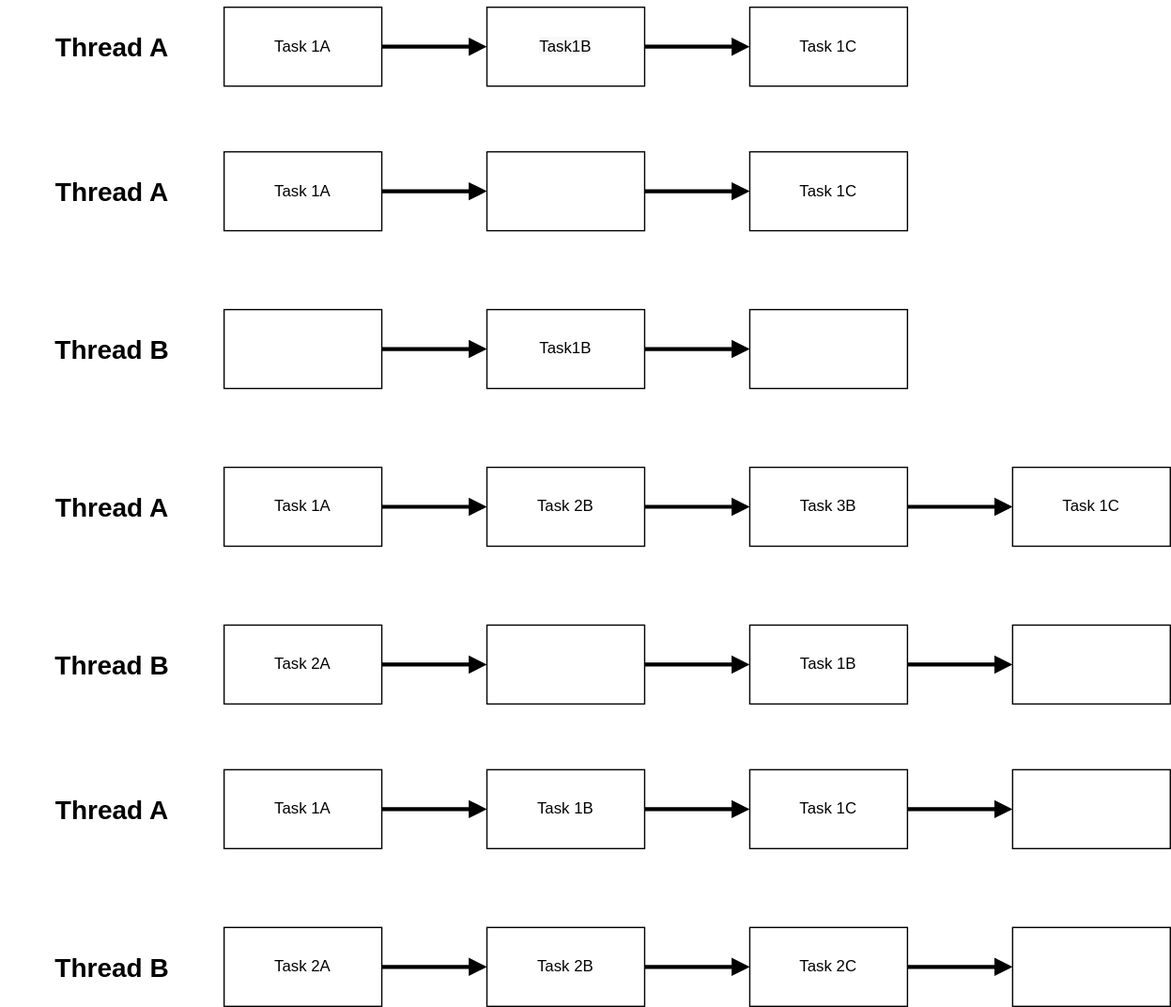
The draw.io diagram images/par_operation.svg in scalazone/monix, before a commit. Source tidied: cells renumbered, new cells last; positions are measured from the earlier drawing's top-left corner, leaving out a move shared by most shapes.
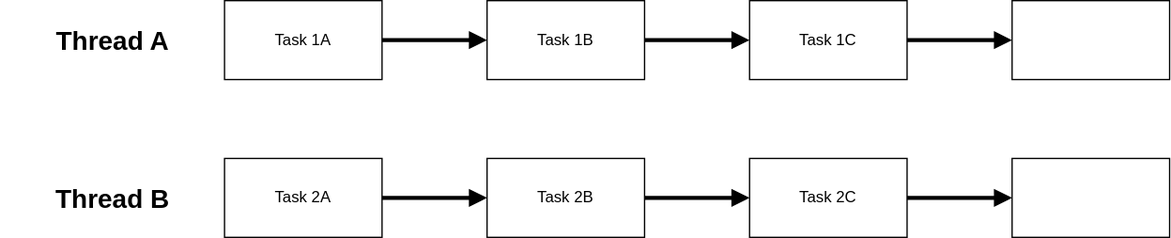
Above is the later version.

Change to the diagram source:
```diff
@@ -2,112 +2,6 @@
   <root>
     <mxCell id="0" />
     <mxCell id="1" parent="0" />
-    <mxCell id="2" style="edgeStyle=orthogonalEdgeStyle;rounded=0;jettySize=auto;html=1;strokeWidth=3;endArrow=block;endFill=1;" parent="1" edge="1" source="3" target="5">
-      <mxGeometry relative="1" as="geometry" />
-    </mxCell>
-    <mxCell id="3" value="Task 1A" style="rounded=0;whiteSpace=wrap;html=1;" parent="1" vertex="1">
-      <mxGeometry x="170" width="120" height="60" as="geometry" />
-    </mxCell>
-    <mxCell id="4" style="edgeStyle=orthogonalEdgeStyle;rounded=0;jettySize=auto;html=1;endArrow=block;endFill=1;strokeWidth=3;" parent="1" edge="1" source="5" target="6">
-      <mxGeometry relative="1" as="geometry" />
-    </mxCell>
-    <mxCell id="5" value="&#10;&#10;&lt;span style=&quot;color: rgb(0, 0, 0); font-family: helvetica; font-size: 12px; font-style: normal; font-weight: 400; letter-spacing: normal; text-align: center; text-indent: 0px; text-transform: none; word-spacing: 0px; background-color: rgb(248, 249, 250); display: inline; float: none;&quot;&gt;Task1B&lt;/span&gt;&#10;&#10;" style="rounded=0;whiteSpace=wrap;html=1;" parent="1" vertex="1">
-      <mxGeometry x="370" width="120" height="60" as="geometry" />
-    </mxCell>
-    <mxCell id="6" value="Task 1C" style="rounded=0;whiteSpace=wrap;html=1;" parent="1" vertex="1">
-      <mxGeometry x="570" width="120" height="60" as="geometry" />
-    </mxCell>
-    <mxCell id="7" value="&lt;b&gt;&lt;font style=&quot;font-size: 20px&quot;&gt;Thread A&lt;/font&gt;&lt;/b&gt;" style="text;html=1;strokeColor=none;fillColor=none;align=center;verticalAlign=middle;whiteSpace=wrap;rounded=0;" parent="1" vertex="1">
-      <mxGeometry y="20" width="170" height="20" as="geometry" />
-    </mxCell>
-    <mxCell id="8" style="edgeStyle=orthogonalEdgeStyle;rounded=0;jettySize=auto;html=1;strokeWidth=3;endArrow=block;endFill=1;" parent="1" edge="1" source="9" target="11">
-      <mxGeometry relative="1" as="geometry" />
-    </mxCell>
-    <mxCell id="9" value="Task 1A" style="rounded=0;whiteSpace=wrap;html=1;" parent="1" vertex="1">
-      <mxGeometry x="170" y="110" width="120" height="60" as="geometry" />
-    </mxCell>
-    <mxCell id="10" style="edgeStyle=orthogonalEdgeStyle;rounded=0;jettySize=auto;html=1;endArrow=block;endFill=1;strokeWidth=3;" parent="1" edge="1" source="11" target="12">
-      <mxGeometry relative="1" as="geometry" />
-    </mxCell>
-    <mxCell id="11" style="rounded=0;whiteSpace=wrap;html=1;" parent="1" vertex="1">
-      <mxGeometry x="370" y="110" width="120" height="60" as="geometry" />
-    </mxCell>
-    <mxCell id="12" value="Task 1C" style="rounded=0;whiteSpace=wrap;html=1;" parent="1" vertex="1">
-      <mxGeometry x="570" y="110" width="120" height="60" as="geometry" />
-    </mxCell>
-    <mxCell id="13" style="edgeStyle=orthogonalEdgeStyle;rounded=0;jettySize=auto;html=1;strokeWidth=3;endArrow=block;endFill=1;" parent="1" edge="1" source="14" target="16">
-      <mxGeometry relative="1" as="geometry" />
-    </mxCell>
-    <mxCell id="14" style="rounded=0;whiteSpace=wrap;html=1;" parent="1" vertex="1">
-      <mxGeometry x="170" y="230" width="120" height="60" as="geometry" />
-    </mxCell>
-    <mxCell id="15" style="edgeStyle=orthogonalEdgeStyle;rounded=0;jettySize=auto;html=1;endArrow=block;endFill=1;strokeWidth=3;" parent="1" edge="1" source="16" target="17">
-      <mxGeometry relative="1" as="geometry" />
-    </mxCell>
-    <mxCell id="16" value="Task1B" style="rounded=0;whiteSpace=wrap;html=1;" parent="1" vertex="1">
-      <mxGeometry x="370" y="230" width="120" height="60" as="geometry" />
-    </mxCell>
-    <mxCell id="17" style="rounded=0;whiteSpace=wrap;html=1;" parent="1" vertex="1">
-      <mxGeometry x="570" y="230" width="120" height="60" as="geometry" />
-    </mxCell>
-    <mxCell id="18" value="&lt;b&gt;&lt;font style=&quot;font-size: 20px&quot;&gt;Thread A&lt;/font&gt;&lt;/b&gt;" style="text;html=1;strokeColor=none;fillColor=none;align=center;verticalAlign=middle;whiteSpace=wrap;rounded=0;" parent="1" vertex="1">
-      <mxGeometry y="130" width="170" height="20" as="geometry" />
-    </mxCell>
-    <mxCell id="19" value="&lt;b&gt;&lt;font style=&quot;font-size: 20px&quot;&gt;Thread B&lt;/font&gt;&lt;/b&gt;" style="text;html=1;strokeColor=none;fillColor=none;align=center;verticalAlign=middle;whiteSpace=wrap;rounded=0;" parent="1" vertex="1">
-      <mxGeometry y="250" width="170" height="20" as="geometry" />
-    </mxCell>
-    <mxCell id="20" style="edgeStyle=orthogonalEdgeStyle;rounded=0;jettySize=auto;html=1;strokeWidth=3;endArrow=block;endFill=1;" parent="1" edge="1" source="21" target="23">
-      <mxGeometry relative="1" as="geometry" />
-    </mxCell>
-    <mxCell id="21" value="Task 1A" style="rounded=0;whiteSpace=wrap;html=1;" parent="1" vertex="1">
-      <mxGeometry x="170" y="350" width="120" height="60" as="geometry" />
-    </mxCell>
-    <mxCell id="22" style="edgeStyle=orthogonalEdgeStyle;rounded=0;jettySize=auto;html=1;endArrow=block;endFill=1;strokeWidth=3;" parent="1" edge="1" source="23" target="24">
-      <mxGeometry relative="1" as="geometry" />
-    </mxCell>
-    <mxCell id="23" value="Task 2B" style="rounded=0;whiteSpace=wrap;html=1;" parent="1" vertex="1">
-      <mxGeometry x="370" y="350" width="120" height="60" as="geometry" />
-    </mxCell>
-    <mxCell id="24" value="Task 3B" style="rounded=0;whiteSpace=wrap;html=1;" parent="1" vertex="1">
-      <mxGeometry x="570" y="350" width="120" height="60" as="geometry" />
-    </mxCell>
-    <mxCell id="25" style="edgeStyle=orthogonalEdgeStyle;rounded=0;jettySize=auto;html=1;strokeWidth=3;endArrow=block;endFill=1;" parent="1" edge="1" source="26" target="28">
-      <mxGeometry relative="1" as="geometry" />
-    </mxCell>
-    <mxCell id="26" value="Task 2A" style="rounded=0;whiteSpace=wrap;html=1;" parent="1" vertex="1">
-      <mxGeometry x="170" y="470" width="120" height="60" as="geometry" />
-    </mxCell>
-    <mxCell id="27" style="edgeStyle=orthogonalEdgeStyle;rounded=0;jettySize=auto;html=1;endArrow=block;endFill=1;strokeWidth=3;" parent="1" edge="1" source="28" target="29">
-      <mxGeometry relative="1" as="geometry" />
-    </mxCell>
-    <mxCell id="28" style="rounded=0;whiteSpace=wrap;html=1;" parent="1" vertex="1">
-      <mxGeometry x="370" y="470" width="120" height="60" as="geometry" />
-    </mxCell>
-    <mxCell id="29" value="Task 1B" style="rounded=0;whiteSpace=wrap;html=1;" parent="1" vertex="1">
-      <mxGeometry x="570" y="470" width="120" height="60" as="geometry" />
-    </mxCell>
-    <mxCell id="30" value="&lt;b&gt;&lt;font style=&quot;font-size: 20px&quot;&gt;Thread A&lt;/font&gt;&lt;/b&gt;" style="text;html=1;strokeColor=none;fillColor=none;align=center;verticalAlign=middle;whiteSpace=wrap;rounded=0;" parent="1" vertex="1">
-      <mxGeometry y="370" width="170" height="20" as="geometry" />
-    </mxCell>
-    <mxCell id="31" value="&lt;b&gt;&lt;font style=&quot;font-size: 20px&quot;&gt;Thread B&lt;/font&gt;&lt;/b&gt;" style="text;html=1;strokeColor=none;fillColor=none;align=center;verticalAlign=middle;whiteSpace=wrap;rounded=0;" parent="1" vertex="1">
-      <mxGeometry y="490" width="170" height="20" as="geometry" />
-    </mxCell>
-    <mxCell id="32" style="edgeStyle=orthogonalEdgeStyle;rounded=0;jettySize=auto;html=1;endArrow=block;endFill=1;strokeWidth=3;" parent="1" edge="1" target="33">
-      <mxGeometry relative="1" as="geometry">
-        <mxPoint x="690" y="380" as="sourcePoint" />
-      </mxGeometry>
-    </mxCell>
-    <mxCell id="33" value="Task 1C" style="rounded=0;whiteSpace=wrap;html=1;" parent="1" vertex="1">
-      <mxGeometry x="770" y="350" width="120" height="60" as="geometry" />
-    </mxCell>
-    <mxCell id="34" style="edgeStyle=orthogonalEdgeStyle;rounded=0;jettySize=auto;html=1;endArrow=block;endFill=1;strokeWidth=3;" parent="1" edge="1" target="35">
-      <mxGeometry relative="1" as="geometry">
-        <mxPoint x="690" y="500" as="sourcePoint" />
-      </mxGeometry>
-    </mxCell>
-    <mxCell id="35" style="rounded=0;whiteSpace=wrap;html=1;" parent="1" vertex="1">
-      <mxGeometry x="770" y="470" width="120" height="60" as="geometry" />
-    </mxCell>
     <mxCell id="36" style="edgeStyle=orthogonalEdgeStyle;rounded=0;jettySize=auto;html=1;strokeWidth=3;endArrow=block;endFill=1;" parent="1" edge="1" source="37" target="39">
       <mxGeometry relative="1" as="geometry" />
     </mxCell>
@@ -144,19 +38,19 @@
     <mxCell id="47" value="&lt;b&gt;&lt;font style=&quot;font-size: 20px&quot;&gt;Thread B&lt;/font&gt;&lt;/b&gt;" style="text;html=1;strokeColor=none;fillColor=none;align=center;verticalAlign=middle;whiteSpace=wrap;rounded=0;" parent="1" vertex="1">
       <mxGeometry y="720" width="170" height="20" as="geometry" />
     </mxCell>
-    <mxCell id="48" style="edgeStyle=orthogonalEdgeStyle;rounded=0;jettySize=auto;html=1;endArrow=block;endFill=1;strokeWidth=3;" parent="1" edge="1" target="49">
-      <mxGeometry relative="1" as="geometry">
-        <mxPoint x="690" y="610" as="sourcePoint" />
-      </mxGeometry>
-    </mxCell>
+    <mxCell id="52" style="edgeStyle=orthogonalEdgeStyle;rounded=0;jettySize=auto;html=1;endArrow=block;endFill=1;strokeWidth=3;" parent="1" edge="1" target="49">
+      <mxGeometry relative="1" as="geometry">
+        <mxPoint x="690" y="610" as="sourcePoint" />
+      </mxGeometry>
+    </mxCell>
     <mxCell id="49" style="rounded=0;whiteSpace=wrap;html=1;" parent="1" vertex="1">
       <mxGeometry x="770" y="580" width="120" height="60" as="geometry" />
     </mxCell>
-    <mxCell id="50" style="edgeStyle=orthogonalEdgeStyle;rounded=0;jettySize=auto;html=1;endArrow=block;endFill=1;strokeWidth=3;" parent="1" edge="1" target="51">
-      <mxGeometry relative="1" as="geometry">
-        <mxPoint x="690" y="730" as="sourcePoint" />
-      </mxGeometry>
-    </mxCell>
+    <mxCell id="53" style="edgeStyle=orthogonalEdgeStyle;rounded=0;jettySize=auto;html=1;endArrow=block;endFill=1;strokeWidth=3;" parent="1" edge="1" target="51">
+      <mxGeometry relative="1" as="geometry">
+        <mxPoint x="690" y="730" as="sourcePoint" />
+      </mxGeometry>
+    </mxCell>
     <mxCell id="51" style="rounded=0;whiteSpace=wrap;html=1;" parent="1" vertex="1">
       <mxGeometry x="770" y="700" width="120" height="60" as="geometry" />
     </mxCell>
```
